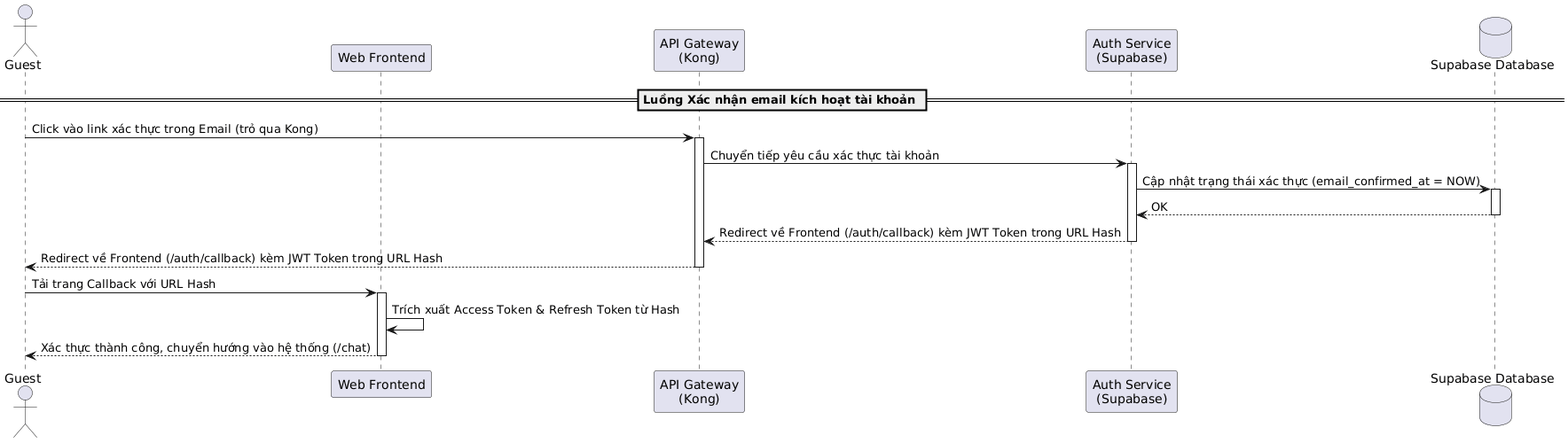
Before: latex/contents/Sequence/UML-Sequence-05.png, a diagram exported from PlantUML (20206205Tech/docs-latex). Its diagram source:
```plantuml
@startuml
actor "Guest" as Guest
participant "Web Frontend" as Frontend
participant "API Gateway\n(Kong)" as Kong
participant "Auth Service\n(Supabase)" as AuthService
database "Supabase Database" as DB

== Luồng Xác nhận email kích hoạt tài khoản ==
Guest -> Kong: Click vào link xác thực trong Email (trỏ qua Kong)
activate Kong

Kong -> AuthService: Chuyển tiếp yêu cầu xác thực tài khoản
activate AuthService

AuthService -> DB: Cập nhật trạng thái xác thực (email_confirmed_at = NOW)
activate DB
DB --> AuthService: OK
deactivate DB

AuthService --> Kong: Redirect về Frontend (/auth/callback) kèm JWT Token trong URL Hash
deactivate AuthService
Kong --> Guest: Redirect về Frontend (/auth/callback) kèm JWT Token trong URL Hash
deactivate Kong

Guest -> Frontend: Tải trang Callback với URL Hash
activate Frontend
Frontend -> Frontend: Trích xuất Access Token & Refresh Token từ Hash
Frontend --> Guest: Xác thực thành công, chuyển hướng vào hệ thống (/chat)
deactivate Frontend
@enduml
```
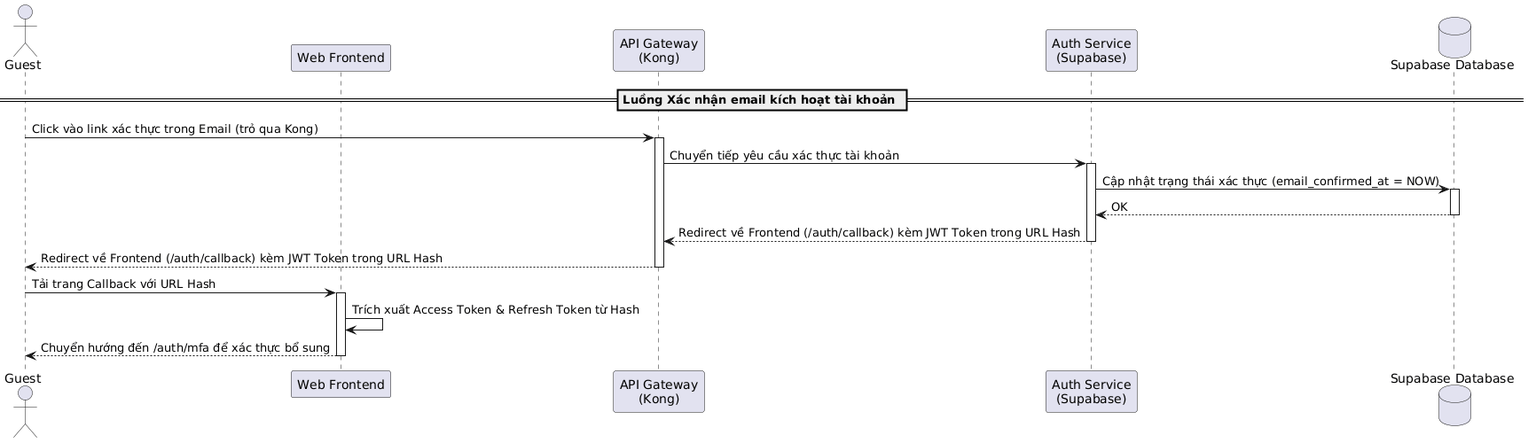
The same file after the commit.

Change to the diagram source:
```diff
@@ -25,6 +25,6 @@
 Guest -> Frontend: Tải trang Callback với URL Hash
 activate Frontend
 Frontend -> Frontend: Trích xuất Access Token & Refresh Token từ Hash
-Frontend --> Guest: Xác thực thành công, chuyển hướng vào hệ thống (/chat)
+Frontend --> Guest: Chuyển hướng đến /auth/mfa để xác thực bổ sung
 deactivate Frontend
 @enduml
```
